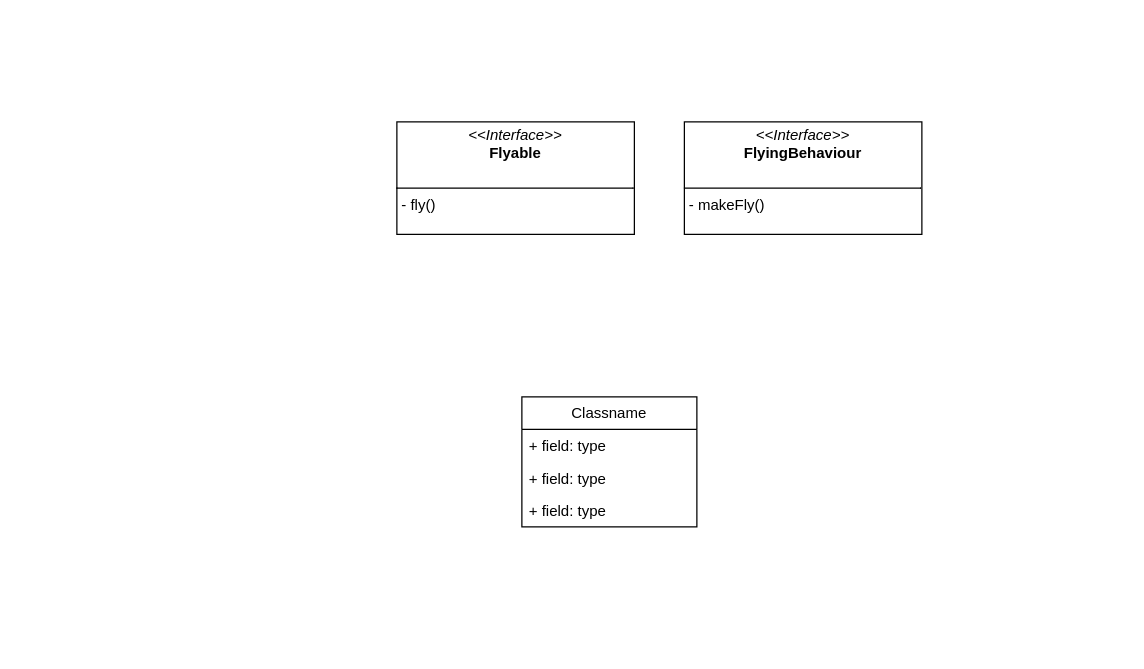
Earlier version of the draw.io diagram Untitled Diagram.drawio (berabappaditya/berabappaditya). Source tidied: cells renumbered, new cells numbered last; positions are measured from the earlier drawing's top-left corner, leaving out a move shared by most shapes. Both pictures are drawn from the tidied source at 125%, with x=0, y=0 at pixel (396, 121).
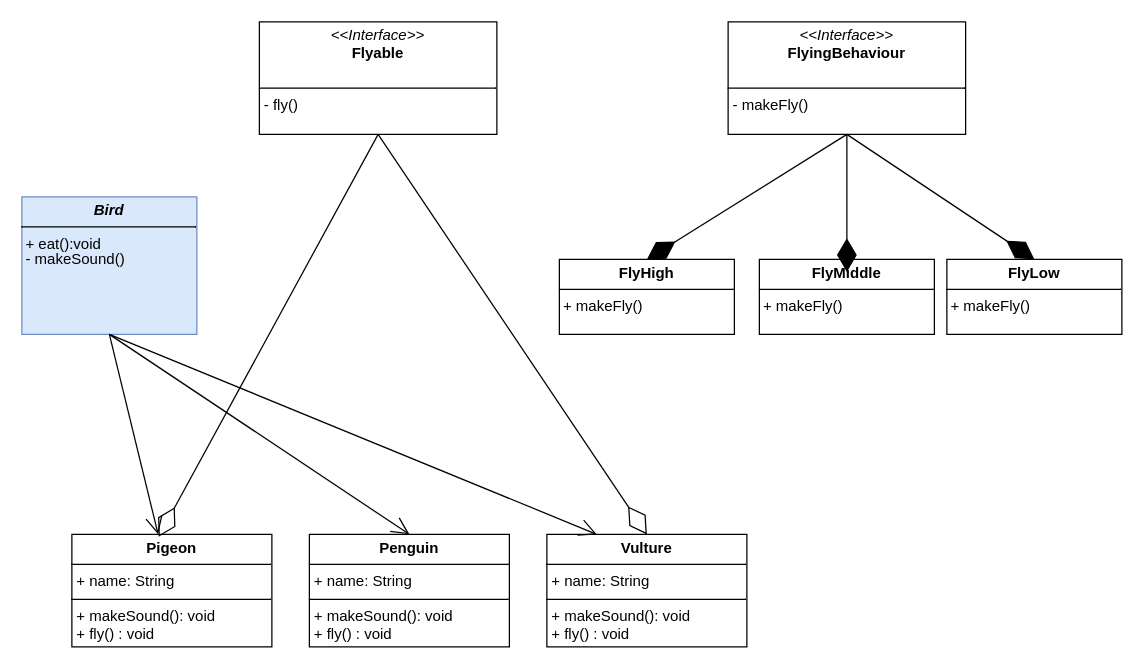
The same page after the edit.

Commit message:
SOLID_priciple_with_Bird

What changed in the source:
```diff
@@
 <mxGraphModel>
   <root>
     <mxCell id="0" />
     <mxCell id="1" parent="0" />
-    <mxCell id="2" value="Classname" style="swimlane;fontStyle=0;horizontal=1;startSize=26;fillColor=none;whiteSpace=wrap;html=1;" parent="1" vertex="1">
-      <mxGeometry x="100" y="220" width="140" height="104" as="geometry" />
-    </mxCell>
-    <mxCell id="3" value="+ field: type" style="text;strokeColor=none;fillColor=none;align=left;verticalAlign=top;spacingLeft=4;spacingRight=4;overflow=hidden;whiteSpace=wrap;html=1;" parent="2" vertex="1">
-      <mxGeometry y="26" width="140" height="26" as="geometry" />
-    </mxCell>
-    <mxCell id="4" value="+ field: type" style="text;strokeColor=none;fillColor=none;align=left;verticalAlign=top;spacingLeft=4;spacingRight=4;overflow=hidden;whiteSpace=wrap;html=1;" parent="2" vertex="1">
-      <mxGeometry y="52" width="140" height="26" as="geometry" />
-    </mxCell>
-    <mxCell id="5" value="+ field: type" style="text;strokeColor=none;fillColor=none;align=left;verticalAlign=top;spacingLeft=4;spacingRight=4;overflow=hidden;whiteSpace=wrap;html=1;" parent="2" vertex="1">
-      <mxGeometry y="78" width="140" height="26" as="geometry" />
-    </mxCell>
     <mxCell id="6" value="&lt;p style=&quot;margin:0px;margin-top:4px;text-align:center;&quot;&gt;&lt;i&gt;&amp;lt;&amp;lt;Interface&amp;gt;&amp;gt;&lt;/i&gt;&lt;br&gt;&lt;b&gt;Flyable&lt;/b&gt;&lt;/p&gt;&lt;p style=&quot;margin:0px;margin-left:4px;&quot;&gt;&lt;br&gt;&lt;/p&gt;&lt;hr size=&quot;1&quot; style=&quot;border-style:solid;&quot;&gt;&lt;p style=&quot;margin:0px;margin-left:4px;&quot;&gt;- fly()&lt;br&gt;&lt;/p&gt;" style="verticalAlign=top;align=left;overflow=fill;html=1;whiteSpace=wrap;" parent="1" vertex="1">
-      <mxGeometry width="190" height="90" as="geometry" />
+      <mxGeometry x="-110" y="-80" width="190" height="90" as="geometry" />
     </mxCell>
     <mxCell id="7" value="&lt;p style=&quot;margin:0px;margin-top:4px;text-align:center;&quot;&gt;&lt;i&gt;&amp;lt;&amp;lt;Interface&amp;gt;&amp;gt;&lt;/i&gt;&lt;br&gt;&lt;b&gt;FlyingBehaviour&lt;/b&gt;&lt;/p&gt;&lt;p style=&quot;margin:0px;margin-left:4px;&quot;&gt;&lt;br&gt;&lt;/p&gt;&lt;hr size=&quot;1&quot; style=&quot;border-style:solid;&quot;&gt;&lt;p style=&quot;margin:0px;margin-left:4px;&quot;&gt;- makeFly()&lt;br&gt;&lt;/p&gt;" style="verticalAlign=top;align=left;overflow=fill;html=1;whiteSpace=wrap;" parent="1" vertex="1">
-      <mxGeometry x="230" width="190" height="90" as="geometry" />
+      <mxGeometry x="265" y="-80" width="190" height="90" as="geometry" />
     </mxCell>
+    <mxCell id="8" value="&lt;p style=&quot;margin:0px;margin-top:4px;text-align:center;&quot;&gt;&lt;b&gt;&lt;i&gt;Bird&lt;/i&gt;&lt;/b&gt;&lt;/p&gt;&lt;hr size=&quot;1&quot; style=&quot;border-style:solid;&quot;&gt;&lt;div style=&quot;height:2px;&quot;&gt;&amp;nbsp;+ eat():void&lt;/div&gt;&lt;div style=&quot;height:2px;&quot;&gt;&lt;br&gt;&lt;/div&gt;&lt;div style=&quot;height:2px;&quot;&gt;&lt;br&gt;&lt;/div&gt;&lt;div style=&quot;height:2px;&quot;&gt;&lt;br&gt;&lt;/div&gt;&lt;div style=&quot;height:2px;&quot;&gt;&lt;br&gt;&lt;/div&gt;&lt;div style=&quot;height:2px;&quot;&gt;&lt;br&gt;&lt;/div&gt;&lt;div style=&quot;height:2px;&quot;&gt;&amp;nbsp;- makeSound()&lt;/div&gt;" style="verticalAlign=top;align=left;overflow=fill;html=1;whiteSpace=wrap;fillColor=#dae8fc;strokeColor=#6c8ebf;" parent="1" vertex="1">
+      <mxGeometry x="-300" y="60" width="140" height="110" as="geometry" />
+    </mxCell>
+    <mxCell id="9" value="&lt;p style=&quot;margin:0px;margin-top:4px;text-align:center;&quot;&gt;&lt;b&gt;Pigeon&lt;/b&gt;&lt;/p&gt;&lt;hr size=&quot;1&quot; style=&quot;border-style:solid;&quot;&gt;&lt;p style=&quot;margin:0px;margin-left:4px;&quot;&gt;+ name: String&lt;/p&gt;&lt;hr size=&quot;1&quot; style=&quot;border-style:solid;&quot;&gt;&lt;p style=&quot;margin:0px;margin-left:4px;&quot;&gt;+ makeSound(): void&lt;/p&gt;&lt;p style=&quot;margin:0px;margin-left:4px;&quot;&gt;+ fly() : void&lt;/p&gt;" style="verticalAlign=top;align=left;overflow=fill;html=1;whiteSpace=wrap;" parent="1" vertex="1">
+      <mxGeometry x="-260" y="330" width="160" height="90" as="geometry" />
+    </mxCell>
+    <mxCell id="10" style="endArrow=open;endFill=1;endSize=12;html=1;rounded=0;exitX=0.5;exitY=1;exitDx=0;exitDy=0;" parent="1" edge="1" source="8" target="9">
+      <mxGeometry relative="1" as="geometry" />
+    </mxCell>
+    <mxCell id="11" value="&lt;p style=&quot;margin:0px;margin-top:4px;text-align:center;&quot;&gt;&lt;b&gt;Penguin&lt;/b&gt;&lt;/p&gt;&lt;hr size=&quot;1&quot; style=&quot;border-style:solid;&quot;&gt;&lt;p style=&quot;margin:0px;margin-left:4px;&quot;&gt;+ name: String&lt;/p&gt;&lt;hr size=&quot;1&quot; style=&quot;border-style:solid;&quot;&gt;&lt;p style=&quot;margin:0px;margin-left:4px;&quot;&gt;+ makeSound(): void&lt;/p&gt;&lt;p style=&quot;margin:0px;margin-left:4px;&quot;&gt;+ fly() : void&lt;/p&gt;" style="verticalAlign=top;align=left;overflow=fill;html=1;whiteSpace=wrap;" parent="1" vertex="1">
+      <mxGeometry x="-70" y="330" width="160" height="90" as="geometry" />
+    </mxCell>
+    <mxCell id="12" value="&lt;p style=&quot;margin:0px;margin-top:4px;text-align:center;&quot;&gt;&lt;b&gt;Vulture&lt;/b&gt;&lt;/p&gt;&lt;hr size=&quot;1&quot; style=&quot;border-style:solid;&quot;&gt;&lt;p style=&quot;margin:0px;margin-left:4px;&quot;&gt;+ name: String&lt;/p&gt;&lt;hr size=&quot;1&quot; style=&quot;border-style:solid;&quot;&gt;&lt;p style=&quot;margin:0px;margin-left:4px;&quot;&gt;+ makeSound(): void&lt;/p&gt;&lt;p style=&quot;margin:0px;margin-left:4px;&quot;&gt;+ fly() : void&lt;/p&gt;" style="verticalAlign=top;align=left;overflow=fill;html=1;whiteSpace=wrap;" parent="1" vertex="1">
+      <mxGeometry x="120" y="330" width="160" height="90" as="geometry" />
+    </mxCell>
+    <mxCell id="13" style="endArrow=open;endFill=1;endSize=12;html=1;rounded=0;entryX=0.5;entryY=0;entryDx=0;entryDy=0;exitX=0.5;exitY=1;exitDx=0;exitDy=0;" parent="1" edge="1" source="8" target="11">
+      <mxGeometry relative="1" as="geometry" />
+    </mxCell>
+    <mxCell id="14" style="endArrow=open;endFill=1;endSize=12;html=1;rounded=0;exitX=0.5;exitY=1;exitDx=0;exitDy=0;entryX=0.25;entryY=0;entryDx=0;entryDy=0;" parent="1" edge="1" source="8" target="12">
+      <mxGeometry relative="1" as="geometry" />
+    </mxCell>
+    <mxCell id="15" style="endArrow=diamondThin;endFill=0;endSize=24;html=1;rounded=0;exitX=0.5;exitY=1;exitDx=0;exitDy=0;entryX=0.434;entryY=0.022;entryDx=0;entryDy=0;entryPerimeter=0;" parent="1" edge="1" source="6" target="9">
+      <mxGeometry relative="1" as="geometry" />
+    </mxCell>
+    <mxCell id="16" style="endArrow=diamondThin;endFill=0;endSize=24;html=1;rounded=0;exitX=0.5;exitY=1;exitDx=0;exitDy=0;entryX=0.5;entryY=0;entryDx=0;entryDy=0;" parent="1" edge="1" source="6" target="12">
+      <mxGeometry relative="1" as="geometry" />
+    </mxCell>
+    <mxCell id="17" value="&lt;p style=&quot;margin:0px;margin-top:4px;text-align:center;&quot;&gt;&lt;b&gt;FlyHigh&lt;/b&gt;&lt;/p&gt;&lt;hr size=&quot;1&quot; style=&quot;border-style:solid;&quot;&gt;&lt;div style=&quot;height:2px;&quot;&gt;&amp;nbsp;+ makeFly()&lt;/div&gt;" style="verticalAlign=top;align=left;overflow=fill;html=1;whiteSpace=wrap;" parent="1" vertex="1">
+      <mxGeometry x="130" y="110" width="140" height="60" as="geometry" />
+    </mxCell>
+    <mxCell id="18" value="&lt;p style=&quot;margin:0px;margin-top:4px;text-align:center;&quot;&gt;&lt;b&gt;FlyMiddle&lt;/b&gt;&lt;/p&gt;&lt;hr size=&quot;1&quot; style=&quot;border-style:solid;&quot;&gt;&lt;div style=&quot;height:2px;&quot;&gt;&amp;nbsp;+ makeFly()&lt;/div&gt;" style="verticalAlign=top;align=left;overflow=fill;html=1;whiteSpace=wrap;" parent="1" vertex="1">
+      <mxGeometry x="290" y="110" width="140" height="60" as="geometry" />
+    </mxCell>
+    <mxCell id="19" value="&lt;p style=&quot;margin:0px;margin-top:4px;text-align:center;&quot;&gt;&lt;b&gt;FlyLow&lt;/b&gt;&lt;/p&gt;&lt;hr size=&quot;1&quot; style=&quot;border-style:solid;&quot;&gt;&lt;div style=&quot;height:2px;&quot;&gt;&amp;nbsp;+ makeFly()&lt;/div&gt;" style="verticalAlign=top;align=left;overflow=fill;html=1;whiteSpace=wrap;" parent="1" vertex="1">
+      <mxGeometry x="440" y="110" width="140" height="60" as="geometry" />
+    </mxCell>
+    <mxCell id="20" style="endArrow=diamondThin;endFill=1;endSize=24;html=1;rounded=0;exitX=0.5;exitY=1;exitDx=0;exitDy=0;entryX=0.5;entryY=0;entryDx=0;entryDy=0;" parent="1" edge="1" source="7" target="17">
+      <mxGeometry relative="1" as="geometry" />
+    </mxCell>
+    <mxCell id="21" style="endArrow=diamondThin;endFill=1;endSize=24;html=1;rounded=0;exitX=0.5;exitY=1;exitDx=0;exitDy=0;entryX=0.5;entryY=0.167;entryDx=0;entryDy=0;entryPerimeter=0;" parent="1" edge="1" source="7" target="18">
+      <mxGeometry relative="1" as="geometry" />
+    </mxCell>
+    <mxCell id="22" style="endArrow=diamondThin;endFill=1;endSize=24;html=1;rounded=0;exitX=0.5;exitY=1;exitDx=0;exitDy=0;entryX=0.5;entryY=0;entryDx=0;entryDy=0;" parent="1" edge="1" source="7" target="19">
+      <mxGeometry relative="1" as="geometry" />
+    </mxCell>
   </root>
 </mxGraphModel>
```
